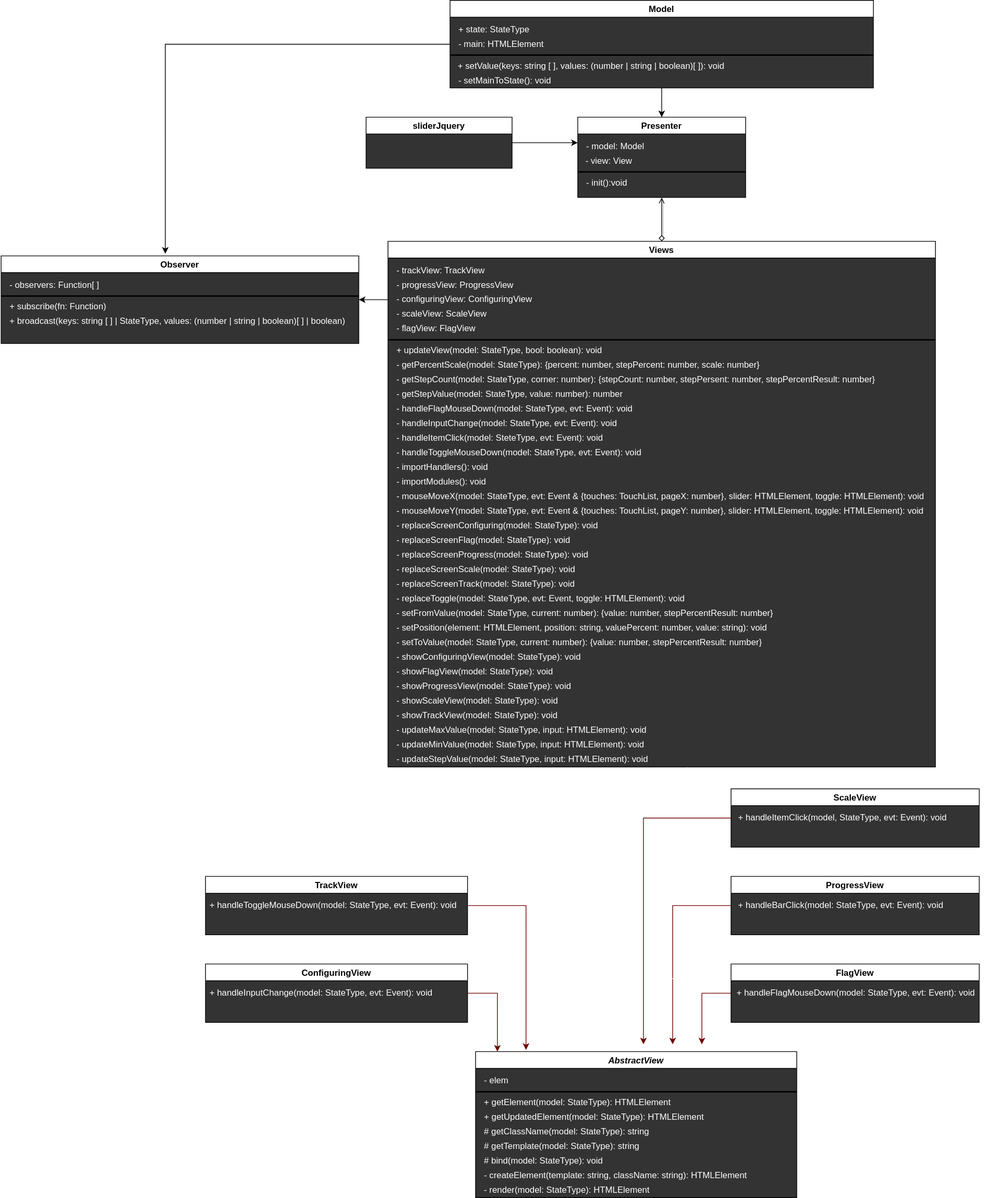
This is UML.svg from webproject67/Slider, a draw.io export, as it was before one commit. Source tidied: cells renumbered, new cells last; positions are measured from the earlier drawing's top-left corner, leaving out a move shared by most shapes.
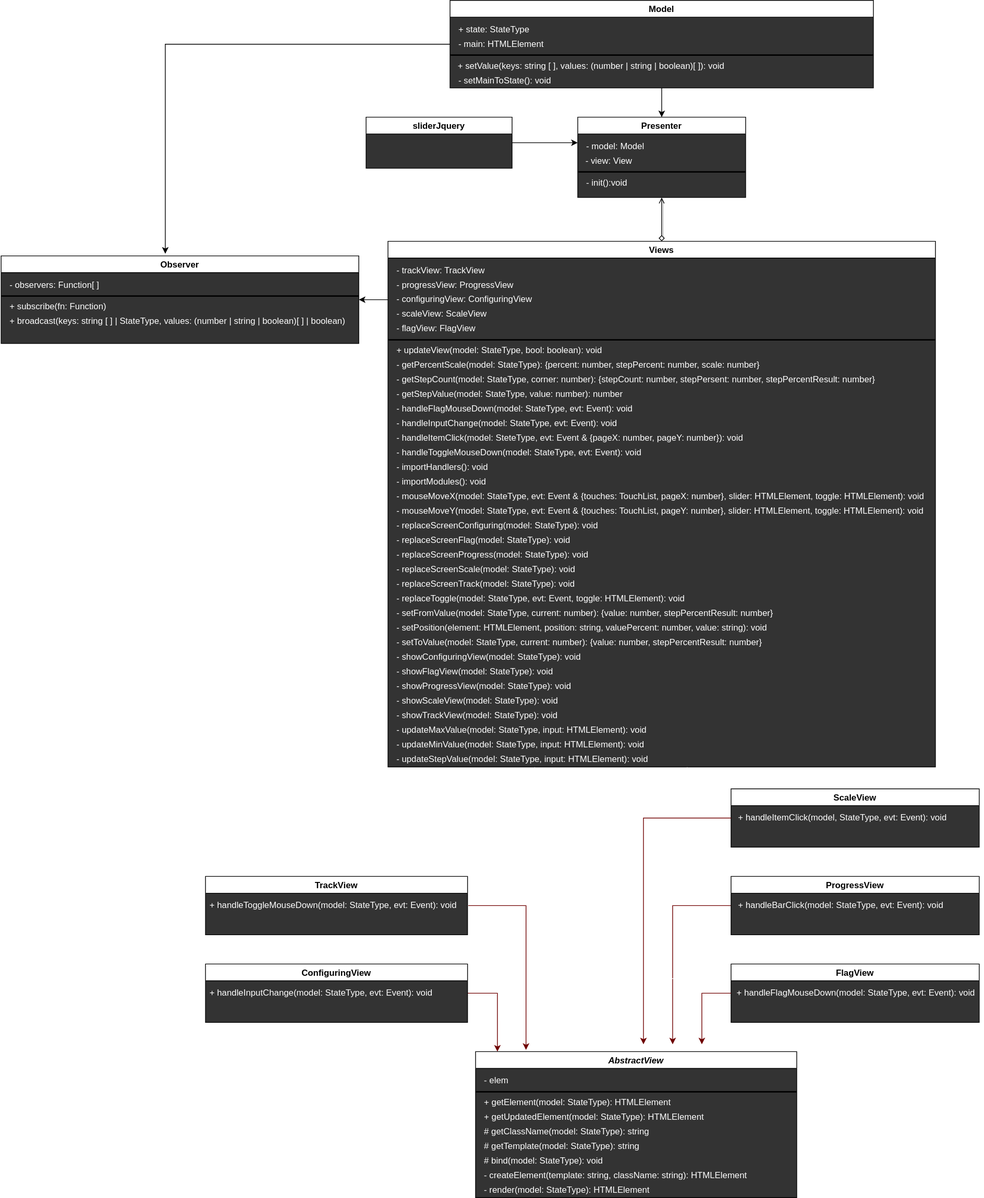
Later version of the same file.

Change to the diagram source:
```diff
@@ -100,8 +100,8 @@
     <mxCell id="33" value="&lt;div style=&quot;line-height: 19px&quot;&gt;&lt;font style=&quot;font-size: 12px&quot; color=&quot;#ffffff&quot;&gt;- handleFlagMouseDown(model: StateType, evt: Event): void&lt;/font&gt;&lt;/div&gt;" style="text;html=1;align=left;verticalAlign=middle;" parent="22" vertex="1">
       <mxGeometry x="10" y="220" width="340" height="20" as="geometry" />
     </mxCell>
-    <mxCell id="34" value="&lt;div style=&quot;line-height: 19px&quot;&gt;&lt;font style=&quot;font-size: 12px&quot; color=&quot;#ffffff&quot;&gt;- handleItemClick(model: SteteType, evt: Event&lt;/font&gt;&lt;span style=&quot;color: rgb(255 , 255 , 255)&quot;&gt;): void&lt;/span&gt;&lt;/div&gt;" style="text;html=1;align=left;verticalAlign=middle;" parent="22" vertex="1">
-      <mxGeometry x="10" y="260" width="300" height="20" as="geometry" />
+    <mxCell id="34" value="&lt;div style=&quot;line-height: 19px&quot;&gt;&lt;font style=&quot;font-size: 12px&quot; color=&quot;#ffffff&quot;&gt;- handleItemClick(model: SteteType, evt: Event &amp;amp; {pageX: number, pageY: number}&lt;/font&gt;&lt;span style=&quot;color: rgb(255 , 255 , 255)&quot;&gt;): void&lt;/span&gt;&lt;/div&gt;" style="text;html=1;align=left;verticalAlign=middle;" parent="22" vertex="1">
+      <mxGeometry x="10" y="260" width="490" height="20" as="geometry" />
     </mxCell>
     <mxCell id="35" value="&lt;div style=&quot;line-height: 19px&quot;&gt;&lt;font style=&quot;font-size: 12px&quot; color=&quot;#ffffff&quot;&gt;- handleInputChange(model: StateType, evt: Event): void&lt;/font&gt;&lt;/div&gt;" style="text;html=1;align=left;verticalAlign=middle;" parent="22" vertex="1">
       <mxGeometry x="10" y="240" width="320" height="20" as="geometry" />
```
